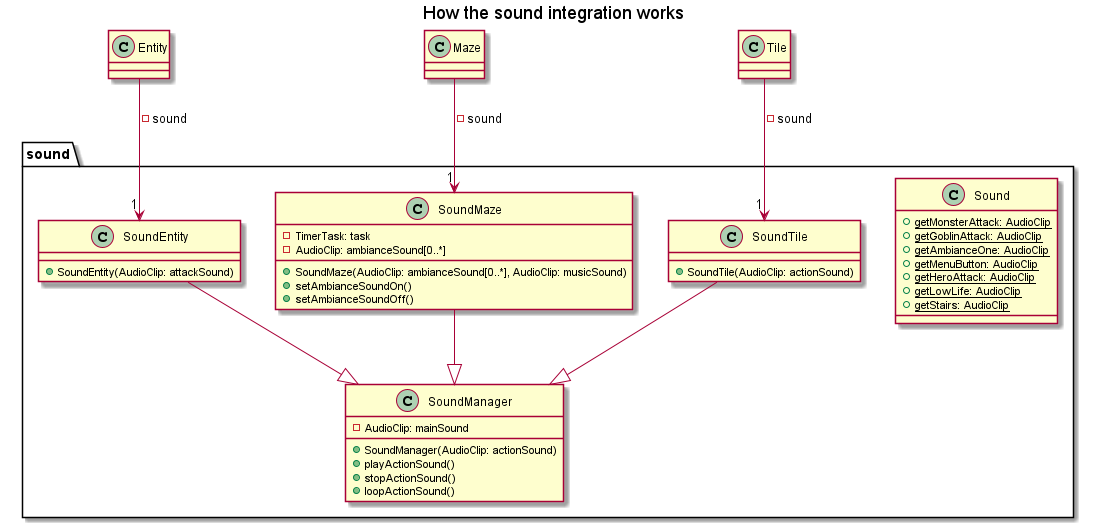
Reynault/ACL_2019_Zelpop keeps this PlantUML diagram as doc/4_sprint/diagrams/class/sound.png. Above is the earlier version.
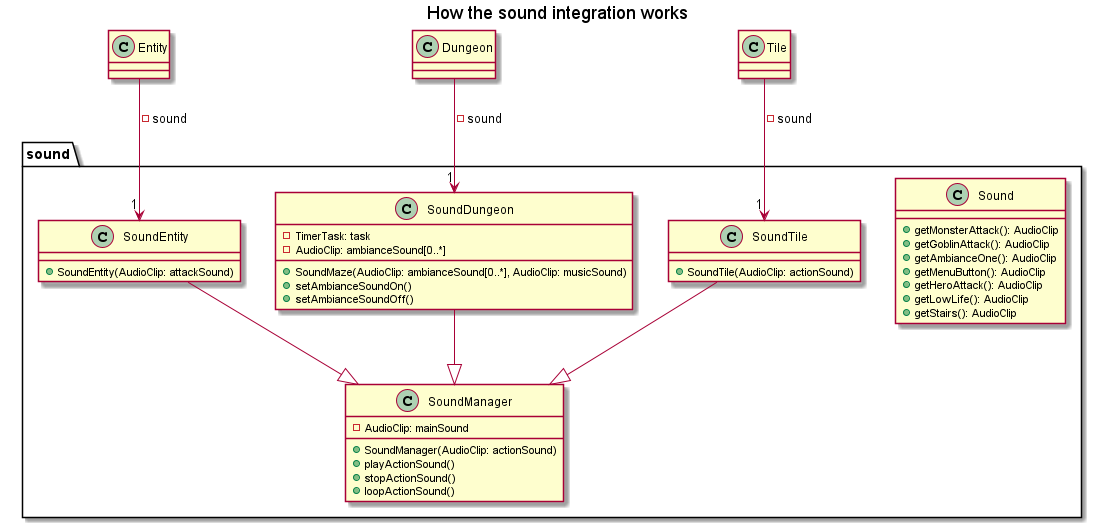
Later version of the same file.

Commit message:
Third sprint: modifying sound conception

The edit, as a diff of the source:
```diff
@@ -5,13 +5,13 @@
 package sound{
 
     class Sound{
-        + {static} getMonsterAttack: AudioClip
-        + {static} getGoblinAttack: AudioClip
-        + {static} getAmbianceOne: AudioClip
-        + {static} getMenuButton: AudioClip
-        + {static} getHeroAttack: AudioClip
-        + {static} getLowLife: AudioClip
-        + {static} getStairs: AudioClip
+        + getMonsterAttack(): AudioClip
+        + getGoblinAttack(): AudioClip
+        + getAmbianceOne(): AudioClip
+        + getMenuButton(): AudioClip
+        + getHeroAttack(): AudioClip
+        + getLowLife(): AudioClip
+        + getStairs(): AudioClip
     }
 
     class SoundEntity{
@@ -23,7 +23,7 @@
         + SoundTile(AudioClip: actionSound)
     }
 
-    class SoundMaze{
+    class SoundDungeon{
         - TimerTask: task
         - AudioClip: ambianceSound[0..*]
 
@@ -47,7 +47,7 @@
 
 }
 
-class Maze{
+class Dungeon{
 
 }
 
@@ -57,10 +57,10 @@
 
 Entity --> "1" SoundEntity: -sound
 Tile --> "1" SoundTile: -sound
-Maze --> "1" SoundMaze: -sound
+Dungeon --> "1" SoundDungeon: -sound
 
 SoundEntity --|> SoundManager
-SoundMaze --|> SoundManager
+SoundDungeon --|> SoundManager
 SoundTile --|> SoundManager
 
 @enduml
```
